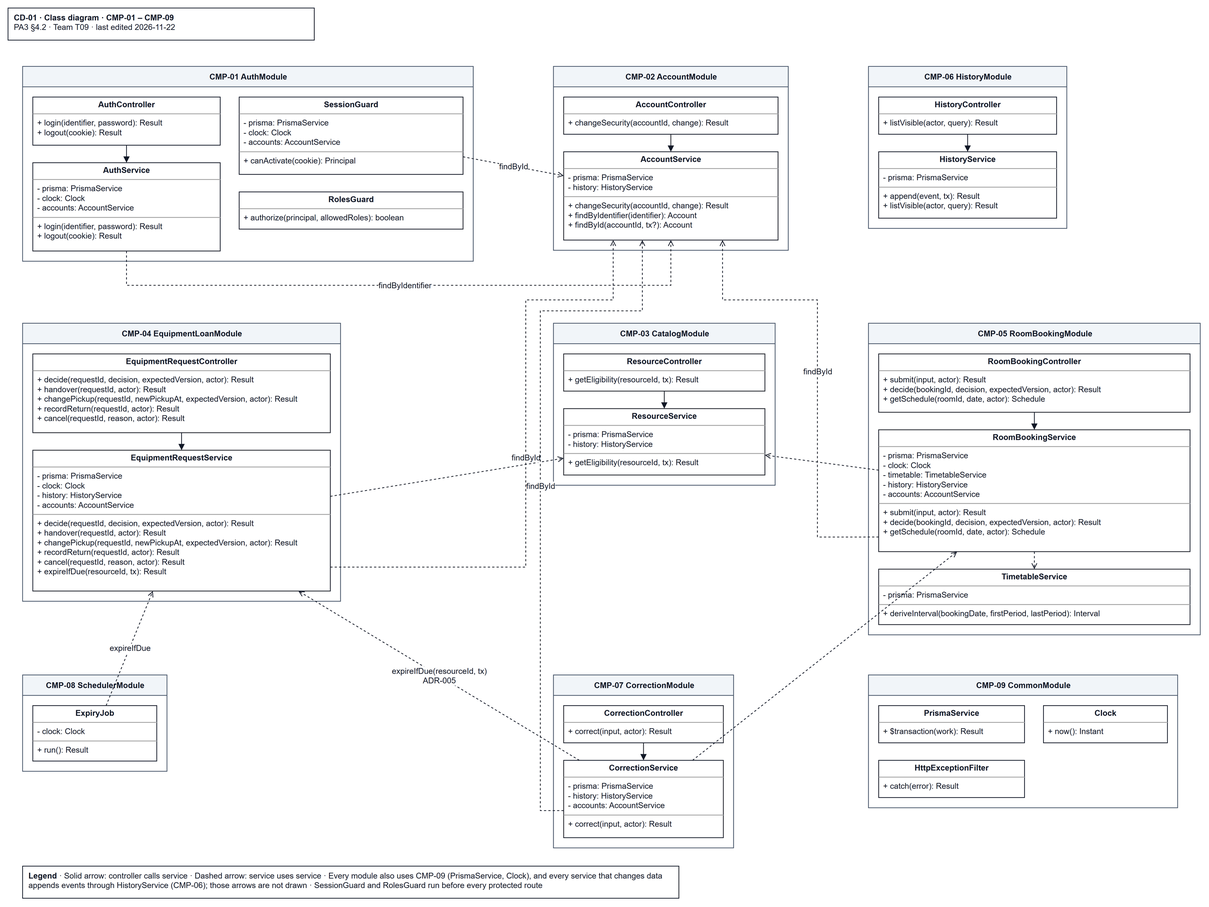
Before: docs/design/diagrams/CD-01_component-classes.drawio.png, a diagram exported from draw.io (JuliaTrang/T09-CampusBorrow). Source tidied: cells renumbered, new cells last; positions are measured from the earlier drawing's top-left corner, leaving out a move shared by most shapes.
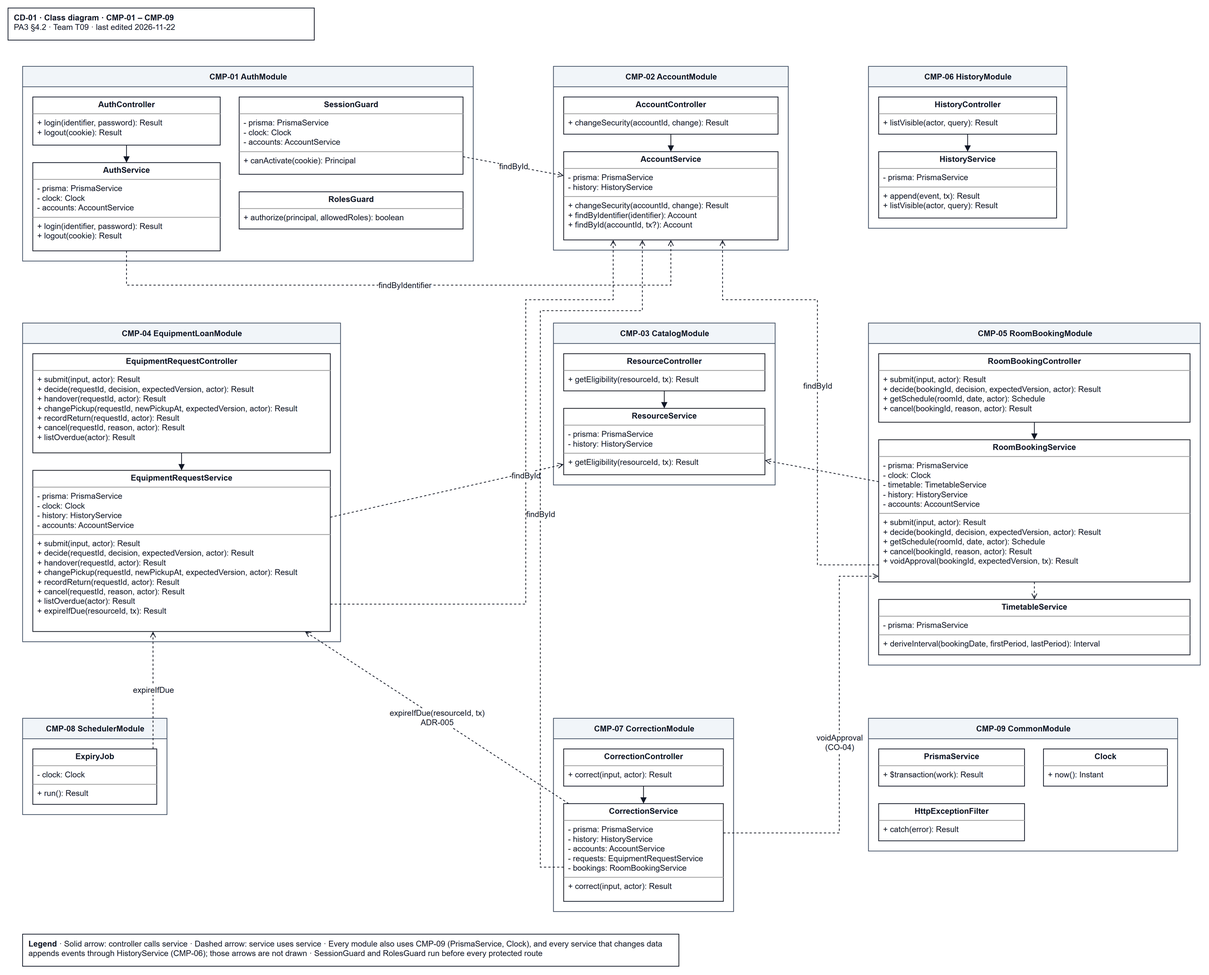
The same file after the commit.

Diff of the diagram source:
```diff
@@ -39,13 +39,13 @@
       <mxGeometry x="14" y="117" width="244" height="91" as="geometry" />
     </mxCell>
     <mxCell id="14" value="CMP-04 EquipmentLoanModule" style="swimlane;startSize=28;html=1;horizontal=1;fillColor=#f1f5f9;strokeColor=#475569;fontStyle=1;rounded=0;fontFamily=Arial;fontSize=11;fontColor=#111827;" parent="1" vertex="1">
-      <mxGeometry x="20" y="432" width="436" height="381" as="geometry" />
+      <mxGeometry x="20" y="432" width="436" height="437" as="geometry" />
     </mxCell>
-    <mxCell id="15" value="&lt;p style=&quot;margin:0px;margin-top:4px;text-align:center;&quot;&gt;&lt;b&gt;EquipmentRequestController&lt;/b&gt;&lt;/p&gt;&lt;hr size=&quot;1&quot;/&gt;&lt;p style=&quot;margin:0px;margin-left:6px;&quot;&gt;+ decide(requestId, decision, expectedVersion, actor): Result&lt;br&gt;+ handover(requestId, actor): Result&lt;br&gt;+ changePickup(requestId, newPickupAt, expectedVersion, actor): Result&lt;br&gt;+ recordReturn(requestId, actor): Result&lt;br&gt;+ cancel(requestId, reason, actor): Result&lt;/p&gt;" style="verticalAlign=top;align=left;overflow=fill;html=1;whiteSpace=wrap;rounded=0;strokeColor=#111827;fillColor=#ffffff;fontFamily=Arial;fontSize=11;fontColor=#111827;" parent="14" vertex="1">
-      <mxGeometry x="14" y="42" width="408" height="108" as="geometry" />
+    <mxCell id="15" value="&lt;p style=&quot;margin:0px;margin-top:4px;text-align:center;&quot;&gt;&lt;b&gt;EquipmentRequestController&lt;/b&gt;&lt;/p&gt;&lt;hr size=&quot;1&quot;/&gt;&lt;p style=&quot;margin:0px;margin-left:6px;&quot;&gt;+ submit(input, actor): Result&lt;br&gt;+ decide(requestId, decision, expectedVersion, actor): Result&lt;br&gt;+ handover(requestId, actor): Result&lt;br&gt;+ changePickup(requestId, newPickupAt, expectedVersion, actor): Result&lt;br&gt;+ recordReturn(requestId, actor): Result&lt;br&gt;+ cancel(requestId, reason, actor): Result&lt;br&gt;+ listOverdue(actor): Result&lt;/p&gt;" style="verticalAlign=top;align=left;overflow=fill;html=1;whiteSpace=wrap;rounded=0;strokeColor=#111827;fillColor=#ffffff;fontFamily=Arial;fontSize=11;fontColor=#111827;" parent="14" vertex="1">
+      <mxGeometry x="14" y="42" width="408" height="136" as="geometry" />
     </mxCell>
-    <mxCell id="16" value="&lt;p style=&quot;margin:0px;margin-top:4px;text-align:center;&quot;&gt;&lt;b&gt;EquipmentRequestService&lt;/b&gt;&lt;/p&gt;&lt;hr size=&quot;1&quot;/&gt;&lt;p style=&quot;margin:0px;margin-left:6px;&quot;&gt;- prisma: PrismaService&lt;br&gt;- clock: Clock&lt;br&gt;- history: HistoryService&lt;br&gt;- accounts: AccountService&lt;/p&gt;&lt;hr size=&quot;1&quot;/&gt;&lt;p style=&quot;margin:0px;margin-left:6px;&quot;&gt;+ decide(requestId, decision, expectedVersion, actor): Result&lt;br&gt;+ handover(requestId, actor): Result&lt;br&gt;+ changePickup(requestId, newPickupAt, expectedVersion, actor): Result&lt;br&gt;+ recordReturn(requestId, actor): Result&lt;br&gt;+ cancel(requestId, reason, actor): Result&lt;br&gt;+ expireIfDue(resourceId, tx): Result&lt;/p&gt;" style="verticalAlign=top;align=left;overflow=fill;html=1;whiteSpace=wrap;rounded=0;strokeColor=#111827;fillColor=#ffffff;fontFamily=Arial;fontSize=11;fontColor=#111827;" parent="14" vertex="1">
-      <mxGeometry x="14" y="174" width="408" height="193" as="geometry" />
+    <mxCell id="16" value="&lt;p style=&quot;margin:0px;margin-top:4px;text-align:center;&quot;&gt;&lt;b&gt;EquipmentRequestService&lt;/b&gt;&lt;/p&gt;&lt;hr size=&quot;1&quot;/&gt;&lt;p style=&quot;margin:0px;margin-left:6px;&quot;&gt;- prisma: PrismaService&lt;br&gt;- clock: Clock&lt;br&gt;- history: HistoryService&lt;br&gt;- accounts: AccountService&lt;/p&gt;&lt;hr size=&quot;1&quot;/&gt;&lt;p style=&quot;margin:0px;margin-left:6px;&quot;&gt;+ submit(input, actor): Result&lt;br&gt;+ decide(requestId, decision, expectedVersion, actor): Result&lt;br&gt;+ handover(requestId, actor): Result&lt;br&gt;+ changePickup(requestId, newPickupAt, expectedVersion, actor): Result&lt;br&gt;+ recordReturn(requestId, actor): Result&lt;br&gt;+ cancel(requestId, reason, actor): Result&lt;br&gt;+ listOverdue(actor): Result&lt;br&gt;+ expireIfDue(resourceId, tx): Result&lt;/p&gt;" style="verticalAlign=top;align=left;overflow=fill;html=1;whiteSpace=wrap;rounded=0;strokeColor=#111827;fillColor=#ffffff;fontFamily=Arial;fontSize=11;fontColor=#111827;" parent="14" vertex="1">
+      <mxGeometry x="14" y="202" width="408" height="221" as="geometry" />
     </mxCell>
     <mxCell id="17" value="CMP-03 CatalogModule" style="swimlane;startSize=28;html=1;horizontal=1;fillColor=#f1f5f9;strokeColor=#475569;fontStyle=1;rounded=0;fontFamily=Arial;fontSize=11;fontColor=#111827;" parent="1" vertex="1">
       <mxGeometry x="748" y="432" width="304" height="222" as="geometry" />
@@ -57,34 +57,34 @@
       <mxGeometry x="14" y="117" width="276" height="91" as="geometry" />
     </mxCell>
     <mxCell id="20" value="CMP-05 RoomBookingModule" style="swimlane;startSize=28;html=1;horizontal=1;fillColor=#f1f5f9;strokeColor=#475569;fontStyle=1;rounded=0;fontFamily=Arial;fontSize=11;fontColor=#111827;" parent="1" vertex="1">
-      <mxGeometry x="1180" y="432" width="455" height="427" as="geometry" />
+      <mxGeometry x="1180" y="432" width="455" height="469" as="geometry" />
     </mxCell>
-    <mxCell id="21" value="&lt;p style=&quot;margin:0px;margin-top:4px;text-align:center;&quot;&gt;&lt;b&gt;RoomBookingController&lt;/b&gt;&lt;/p&gt;&lt;hr size=&quot;1&quot;/&gt;&lt;p style=&quot;margin:0px;margin-left:6px;&quot;&gt;+ submit(input, actor): Result&lt;br&gt;+ decide(bookingId, decision, expectedVersion, actor): Result&lt;br&gt;+ getSchedule(roomId, date, actor): Schedule&lt;/p&gt;" style="verticalAlign=top;align=left;overflow=fill;html=1;whiteSpace=wrap;rounded=0;strokeColor=#111827;fillColor=#ffffff;fontFamily=Arial;fontSize=11;fontColor=#111827;" parent="20" vertex="1">
-      <mxGeometry x="14" y="42" width="427" height="80" as="geometry" />
+    <mxCell id="21" value="&lt;p style=&quot;margin:0px;margin-top:4px;text-align:center;&quot;&gt;&lt;b&gt;RoomBookingController&lt;/b&gt;&lt;/p&gt;&lt;hr size=&quot;1&quot;/&gt;&lt;p style=&quot;margin:0px;margin-left:6px;&quot;&gt;+ submit(input, actor): Result&lt;br&gt;+ decide(bookingId, decision, expectedVersion, actor): Result&lt;br&gt;+ getSchedule(roomId, date, actor): Schedule&lt;br&gt;+ cancel(bookingId, reason, actor): Result&lt;/p&gt;" style="verticalAlign=top;align=left;overflow=fill;html=1;whiteSpace=wrap;rounded=0;strokeColor=#111827;fillColor=#ffffff;fontFamily=Arial;fontSize=11;fontColor=#111827;" parent="20" vertex="1">
+      <mxGeometry x="14" y="42" width="427" height="94" as="geometry" />
     </mxCell>
-    <mxCell id="22" value="&lt;p style=&quot;margin:0px;margin-top:4px;text-align:center;&quot;&gt;&lt;b&gt;RoomBookingService&lt;/b&gt;&lt;/p&gt;&lt;hr size=&quot;1&quot;/&gt;&lt;p style=&quot;margin:0px;margin-left:6px;&quot;&gt;- prisma: PrismaService&lt;br&gt;- clock: Clock&lt;br&gt;- timetable: TimetableService&lt;br&gt;- history: HistoryService&lt;br&gt;- accounts: AccountService&lt;/p&gt;&lt;hr size=&quot;1&quot;/&gt;&lt;p style=&quot;margin:0px;margin-left:6px;&quot;&gt;+ submit(input, actor): Result&lt;br&gt;+ decide(bookingId, decision, expectedVersion, actor): Result&lt;br&gt;+ getSchedule(roomId, date, actor): Schedule&lt;/p&gt;" style="verticalAlign=top;align=left;overflow=fill;html=1;whiteSpace=wrap;rounded=0;strokeColor=#111827;fillColor=#ffffff;fontFamily=Arial;fontSize=11;fontColor=#111827;" parent="20" vertex="1">
-      <mxGeometry x="14" y="146" width="427" height="167" as="geometry" />
+    <mxCell id="22" value="&lt;p style=&quot;margin:0px;margin-top:4px;text-align:center;&quot;&gt;&lt;b&gt;RoomBookingService&lt;/b&gt;&lt;/p&gt;&lt;hr size=&quot;1&quot;/&gt;&lt;p style=&quot;margin:0px;margin-left:6px;&quot;&gt;- prisma: PrismaService&lt;br&gt;- clock: Clock&lt;br&gt;- timetable: TimetableService&lt;br&gt;- history: HistoryService&lt;br&gt;- accounts: AccountService&lt;/p&gt;&lt;hr size=&quot;1&quot;/&gt;&lt;p style=&quot;margin:0px;margin-left:6px;&quot;&gt;+ submit(input, actor): Result&lt;br&gt;+ decide(bookingId, decision, expectedVersion, actor): Result&lt;br&gt;+ getSchedule(roomId, date, actor): Schedule&lt;br&gt;+ cancel(bookingId, reason, actor): Result&lt;br&gt;+ voidApproval(bookingId, expectedVersion, tx): Result&lt;/p&gt;" style="verticalAlign=top;align=left;overflow=fill;html=1;whiteSpace=wrap;rounded=0;strokeColor=#111827;fillColor=#ffffff;fontFamily=Arial;fontSize=11;fontColor=#111827;" parent="20" vertex="1">
+      <mxGeometry x="14" y="160" width="427" height="195" as="geometry" />
     </mxCell>
     <mxCell id="23" value="&lt;p style=&quot;margin:0px;margin-top:4px;text-align:center;&quot;&gt;&lt;b&gt;TimetableService&lt;/b&gt;&lt;/p&gt;&lt;hr size=&quot;1&quot;/&gt;&lt;p style=&quot;margin:0px;margin-left:6px;&quot;&gt;- prisma: PrismaService&lt;/p&gt;&lt;hr size=&quot;1&quot;/&gt;&lt;p style=&quot;margin:0px;margin-left:6px;&quot;&gt;+ deriveInterval(bookingDate, firstPeriod, lastPeriod): Interval&lt;/p&gt;" style="verticalAlign=top;align=left;overflow=fill;html=1;whiteSpace=wrap;rounded=0;strokeColor=#111827;fillColor=#ffffff;fontFamily=Arial;fontSize=11;fontColor=#111827;" parent="20" vertex="1">
-      <mxGeometry x="14" y="337" width="427" height="76" as="geometry" />
+      <mxGeometry x="14" y="379" width="427" height="76" as="geometry" />
     </mxCell>
     <mxCell id="24" value="CMP-08 SchedulerModule" style="swimlane;startSize=28;html=1;horizontal=1;fillColor=#f1f5f9;strokeColor=#475569;fontStyle=1;rounded=0;fontFamily=Arial;fontSize=11;fontColor=#111827;" parent="1" vertex="1">
-      <mxGeometry x="20" y="914" width="198" height="132" as="geometry" />
+      <mxGeometry x="20" y="974" width="198" height="132" as="geometry" />
     </mxCell>
     <mxCell id="25" value="&lt;p style=&quot;margin:0px;margin-top:4px;text-align:center;&quot;&gt;&lt;b&gt;ExpiryJob&lt;/b&gt;&lt;/p&gt;&lt;hr size=&quot;1&quot;/&gt;&lt;p style=&quot;margin:0px;margin-left:6px;&quot;&gt;- clock: Clock&lt;/p&gt;&lt;hr size=&quot;1&quot;/&gt;&lt;p style=&quot;margin:0px;margin-left:6px;&quot;&gt;+ run(): Result&lt;/p&gt;" style="verticalAlign=top;align=left;overflow=fill;html=1;whiteSpace=wrap;rounded=0;strokeColor=#111827;fillColor=#ffffff;fontFamily=Arial;fontSize=11;fontColor=#111827;" parent="24" vertex="1">
       <mxGeometry x="14" y="42" width="170" height="76" as="geometry" />
     </mxCell>
     <mxCell id="26" value="CMP-07 CorrectionModule" style="swimlane;startSize=28;html=1;horizontal=1;fillColor=#f1f5f9;strokeColor=#475569;fontStyle=1;rounded=0;fontFamily=Arial;fontSize=11;fontColor=#111827;" parent="1" vertex="1">
-      <mxGeometry x="748" y="914" width="247" height="237" as="geometry" />
+      <mxGeometry x="748" y="974" width="247" height="265" as="geometry" />
     </mxCell>
     <mxCell id="27" value="&lt;p style=&quot;margin:0px;margin-top:4px;text-align:center;&quot;&gt;&lt;b&gt;CorrectionController&lt;/b&gt;&lt;/p&gt;&lt;hr size=&quot;1&quot;/&gt;&lt;p style=&quot;margin:0px;margin-left:6px;&quot;&gt;+ correct(input, actor): Result&lt;/p&gt;" style="verticalAlign=top;align=left;overflow=fill;html=1;whiteSpace=wrap;rounded=0;strokeColor=#111827;fillColor=#ffffff;fontFamily=Arial;fontSize=11;fontColor=#111827;" parent="26" vertex="1">
       <mxGeometry x="14" y="42" width="219" height="51" as="geometry" />
     </mxCell>
-    <mxCell id="28" value="&lt;p style=&quot;margin:0px;margin-top:4px;text-align:center;&quot;&gt;&lt;b&gt;CorrectionService&lt;/b&gt;&lt;/p&gt;&lt;hr size=&quot;1&quot;/&gt;&lt;p style=&quot;margin:0px;margin-left:6px;&quot;&gt;- prisma: PrismaService&lt;br&gt;- history: HistoryService&lt;br&gt;- accounts: AccountService&lt;/p&gt;&lt;hr size=&quot;1&quot;/&gt;&lt;p style=&quot;margin:0px;margin-left:6px;&quot;&gt;+ correct(input, actor): Result&lt;/p&gt;" style="verticalAlign=top;align=left;overflow=fill;html=1;whiteSpace=wrap;rounded=0;strokeColor=#111827;fillColor=#ffffff;fontFamily=Arial;fontSize=11;fontColor=#111827;" parent="26" vertex="1">
-      <mxGeometry x="14" y="117" width="219" height="106" as="geometry" />
+    <mxCell id="28" value="&lt;p style=&quot;margin:0px;margin-top:4px;text-align:center;&quot;&gt;&lt;b&gt;CorrectionService&lt;/b&gt;&lt;/p&gt;&lt;hr size=&quot;1&quot;/&gt;&lt;p style=&quot;margin:0px;margin-left:6px;&quot;&gt;- prisma: PrismaService&lt;br&gt;- history: HistoryService&lt;br&gt;- accounts: AccountService&lt;br&gt;- requests: EquipmentRequestService&lt;br&gt;- bookings: RoomBookingService&lt;/p&gt;&lt;hr size=&quot;1&quot;/&gt;&lt;p style=&quot;margin:0px;margin-left:6px;&quot;&gt;+ correct(input, actor): Result&lt;/p&gt;" style="verticalAlign=top;align=left;overflow=fill;html=1;whiteSpace=wrap;rounded=0;strokeColor=#111827;fillColor=#ffffff;fontFamily=Arial;fontSize=11;fontColor=#111827;" parent="26" vertex="1">
+      <mxGeometry x="14" y="117" width="219" height="134" as="geometry" />
     </mxCell>
     <mxCell id="29" value="CMP-09 CommonModule" style="swimlane;startSize=28;html=1;horizontal=1;fillColor=#f1f5f9;strokeColor=#475569;fontStyle=1;rounded=0;fontFamily=Arial;fontSize=11;fontColor=#111827;" parent="1" vertex="1">
-      <mxGeometry x="1180" y="914" width="424" height="182" as="geometry" />
+      <mxGeometry x="1180" y="974" width="424" height="182" as="geometry" />
     </mxCell>
     <mxCell id="30" value="&lt;p style=&quot;margin:0px;margin-top:4px;text-align:center;&quot;&gt;&lt;b&gt;PrismaService&lt;/b&gt;&lt;/p&gt;&lt;hr size=&quot;1&quot;/&gt;&lt;p style=&quot;margin:0px;margin-left:6px;&quot;&gt;+ $transaction(work): Result&lt;/p&gt;" style="verticalAlign=top;align=left;overflow=fill;html=1;whiteSpace=wrap;rounded=0;strokeColor=#111827;fillColor=#ffffff;fontFamily=Arial;fontSize=11;fontColor=#111827;" parent="29" vertex="1">
       <mxGeometry x="14" y="42" width="200" height="51" as="geometry" />
@@ -139,19 +139,24 @@
     <mxCell id="45" value="expireIfDue(resourceId, tx)&lt;br&gt;ADR-005" style="rounded=0;html=1;endArrow=open;endFill=0;dashed=1;strokeColor=#111827;fontFamily=Arial;fontSize=11;fontColor=#111827;" parent="1" edge="1" source="28" target="16">
       <mxGeometry relative="1" as="geometry" />
     </mxCell>
-    <mxCell id="46" style="rounded=0;html=1;endArrow=open;endFill=0;dashed=1;strokeColor=#111827;fontFamily=Arial;fontSize=11;fontColor=#111827;" parent="1" edge="1" source="28" target="22">
-      <mxGeometry relative="1" as="geometry" />
+    <mxCell id="46" value="voidApproval&lt;br&gt;(CO-04)" style="rounded=0;html=1;endArrow=open;endFill=0;dashed=1;strokeColor=#111827;fontFamily=Arial;fontSize=11;fontColor=#111827;edgeStyle=orthogonalEdgeStyle;exitX=1;exitY=0.3;entryX=0;entryY=0.96;" parent="1" edge="1" source="28" target="22">
+      <mxGeometry relative="1" as="geometry">
+        <Array as="points">
+          <mxPoint x="1140" y="1131" />
+          <mxPoint x="1140" y="779" />
+        </Array>
+      </mxGeometry>
     </mxCell>
-    <mxCell id="47" value="expireIfDue" style="rounded=0;html=1;endArrow=open;endFill=0;dashed=1;strokeColor=#111827;fontFamily=Arial;fontSize=11;fontColor=#111827;" parent="1" edge="1" source="25" target="16">
+    <mxCell id="47" value="expireIfDue" style="rounded=0;html=1;endArrow=open;endFill=0;dashed=1;strokeColor=#111827;fontFamily=Arial;fontSize=11;fontColor=#111827;exitX=0.97;exitY=0;entryX=0.404;entryY=1;" parent="1" edge="1" source="25" target="16">
       <mxGeometry relative="1" as="geometry" />
     </mxCell>
     <mxCell id="48" value="&lt;b&gt;Legend&lt;/b&gt; · Solid arrow: controller calls service · Dashed arrow: service uses service · Every module also uses CMP-09 (PrismaService, Clock), and every service that changes data appends events through HistoryService (CMP-06); those arrows are not drawn · SessionGuard and RolesGuard run before every protected route" style="rounded=0;whiteSpace=wrap;html=1;align=left;verticalAlign=top;spacingLeft=6;strokeColor=#111827;fillColor=#ffffff;fontFamily=Arial;fontSize=11;fontColor=#111827;" parent="1" vertex="1">
-      <mxGeometry x="20" y="1176" width="900" height="44" as="geometry" />
+      <mxGeometry x="20" y="1270" width="900" height="44" as="geometry" />
     </mxCell>
     <mxCell id="49" value="findById" style="rounded=0;html=1;endArrow=open;endFill=0;dashed=1;strokeColor=#111827;fontFamily=Arial;fontSize=11;fontColor=#111827;edgeStyle=orthogonalEdgeStyle;exitX=1;exitY=0.83;entryX=0.231;entryY=1;" parent="1" edge="1" source="16" target="10">
       <mxGeometry relative="1" as="geometry">
         <Array as="points">
-          <mxPoint x="710" y="766" />
+          <mxPoint x="710" y="817" />
           <mxPoint x="710" y="400" />
           <mxPoint x="830" y="400" />
         </Array>
@@ -160,7 +165,7 @@
     <mxCell id="50" value="findById" style="rounded=0;html=1;endArrow=open;endFill=0;dashed=1;strokeColor=#111827;fontFamily=Arial;fontSize=11;fontColor=#111827;edgeStyle=orthogonalEdgeStyle;exitX=0;exitY=0.88;entryX=0.741;entryY=1;" parent="1" edge="1" source="22" target="10">
       <mxGeometry relative="1" as="geometry">
         <Array as="points">
-          <mxPoint x="1110" y="725" />
+          <mxPoint x="1110" y="764" />
           <mxPoint x="1110" y="400" />
           <mxPoint x="980" y="400" />
         </Array>
@@ -169,7 +174,7 @@
     <mxCell id="51" value="findById" style="rounded=0;html=1;endArrow=open;endFill=0;dashed=1;strokeColor=#111827;fontFamily=Arial;fontSize=11;fontColor=#111827;edgeStyle=orthogonalEdgeStyle;exitX=0;exitY=0.65;entryX=0.367;entryY=1;" parent="1" edge="1" source="28" target="10">
       <mxGeometry relative="1" as="geometry">
         <Array as="points">
-          <mxPoint x="730" y="1100" />
+          <mxPoint x="730" y="1178" />
           <mxPoint x="730" y="415" />
           <mxPoint x="870" y="415" />
         </Array>
```
